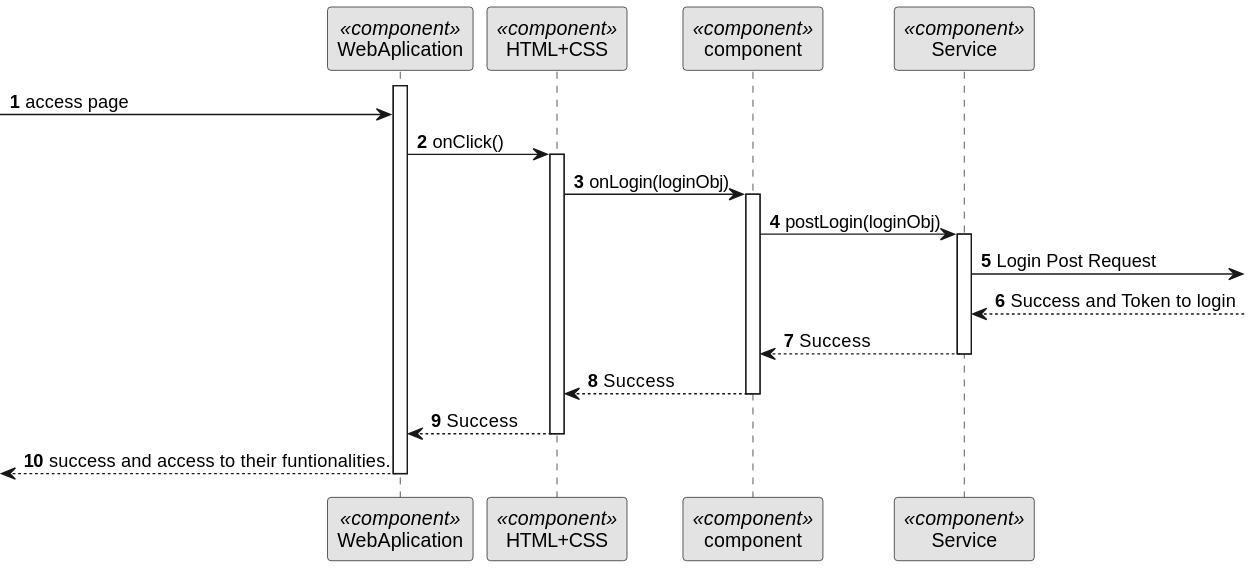
Before: docs/BackofficeModule/7.2.7/sequence-diagram-3.svg, a diagram exported from PlantUML (Ana-Miguel-Silva/SurgicalAppointmentAndResourceManagement).
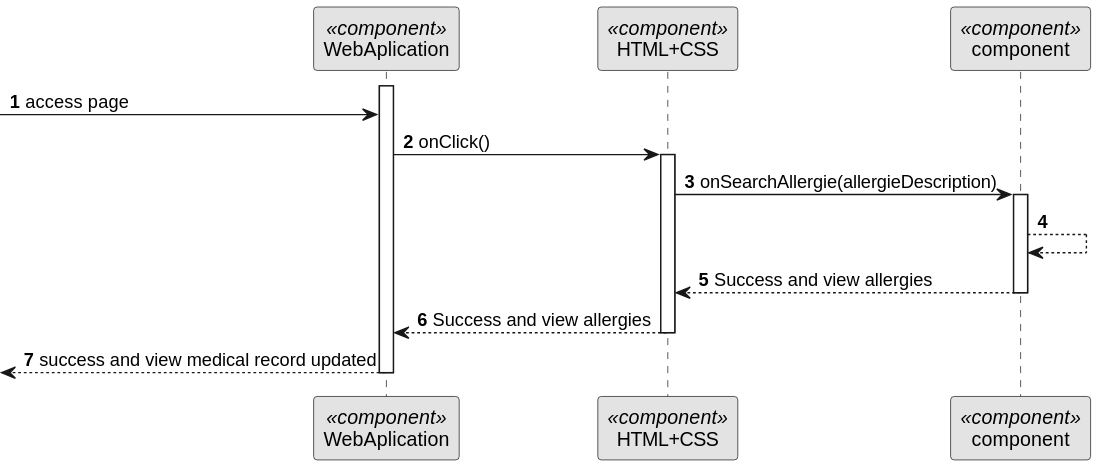
After the change.

Change to the diagram source:
```diff
@@ -8,7 +8,7 @@
 participant "WebAplication" as FE <<component>>
 participant "HTML+CSS" as HT <<component>>
 participant "component" as CM <<component>>
-participant "Service" as SERV <<component>>
+
 
 
 activate FE
@@ -18,32 +18,24 @@
 activate HT
 
 
-HT -> CM : onLogin(loginObj)
+HT -> CM : onSearchAllergie(allergieDescription)
 
 activate CM
 
-CM -> SERV : postLogin(loginObj)
-
- activate SERV
-
-  SERV -> : Login Post Request
-
- SERV <-- : Success and Token to login
-
-SERV --> CM : Success
+CM --> CM
 
 
-deactivate SERV
 
-CM --> HT : Success
+
+CM --> HT : Success and view allergies
 deactivate CM
 
 
 
-HT --> FE : Success
+HT --> FE : Success and view allergies
 deactivate HT
 
-<--- FE : success and access to their funtionalities.
+<--- FE : success and view medical record updated
 
 deactivate FE
 @enduml
```
